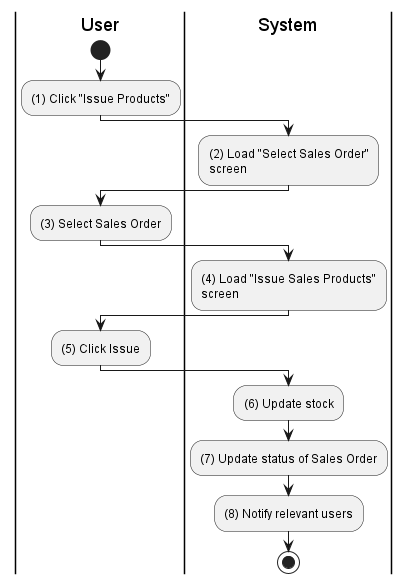
This is activities/inventory-product-issue.png from phihungha/scmss-reqs, a PlantUML export, as it was before one commit.
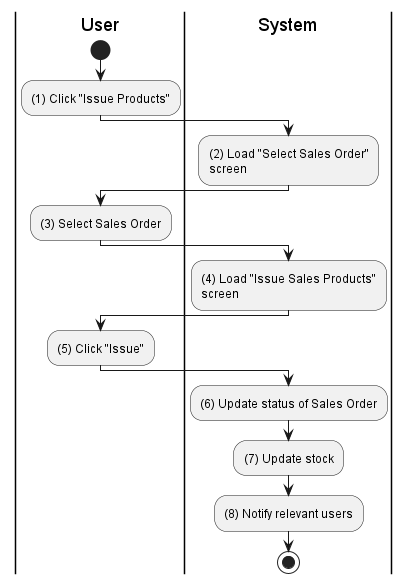
The same diagram one commit later.

Change to the diagram source:
```diff
@@ -16,11 +16,11 @@
 :(4) Load "Issue Sales Products"\nscreen;
 
 |u|
-:(5) Click Issue;
+:(5) Click "Issue";
 
 |s|
-:(6) Update stock;
-:(7) Update status of Sales Order;
+:(6) Update status of Sales Order;
+:(7) Update stock;
 :(8) Notify relevant users;
 stop
 @enduml
```
